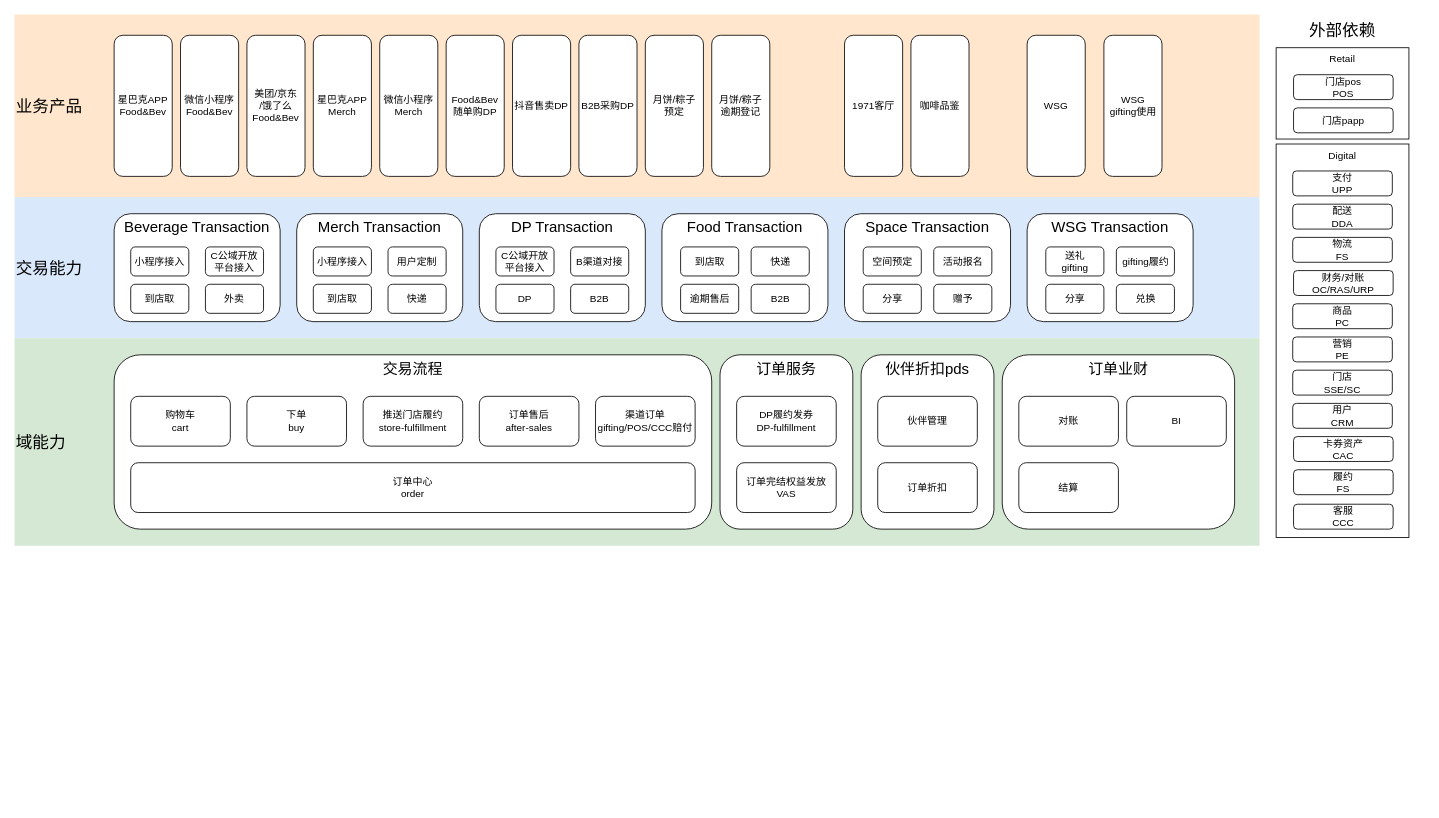
Earlier version of the draw.io diagram page "目标技术架构" (2 of 5) of OMS2.0业务架构.drawio (alexzhang2015/PC2.0). Source tidied: cells renumbered, new cells numbered last; positions are measured from the earlier drawing's top-left corner, leaving out a move shared by most shapes. Both pictures are drawn from the tidied source at 83%, with x=0, y=0 at pixel (14, 14).
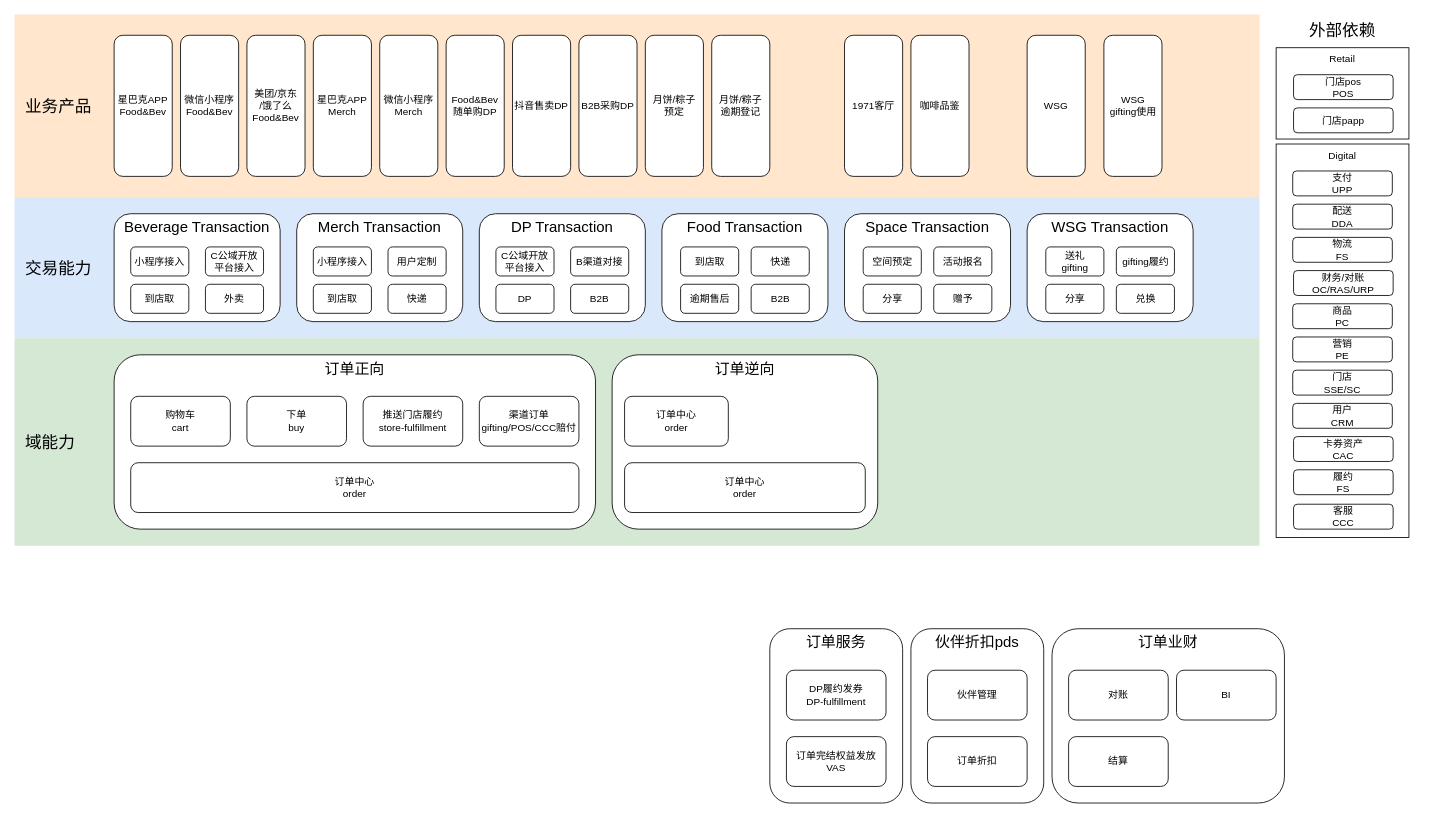
The same page after the edit.

What changed in the source:
```diff
@@
-    <mxCell id="4" value="业务产品" style="rounded=0;whiteSpace=wrap;html=1;align=left;strokeColor=none;fillColor=#ffe6cc;fontSize=20;" parent="1" vertex="1">
+    <mxCell id="4" value="&amp;nbsp; 业务产品" style="rounded=0;whiteSpace=wrap;html=1;align=left;strokeColor=none;fillColor=#ffe6cc;fontSize=20;" parent="1" vertex="1">
       <mxGeometry width="1500" height="220" as="geometry" />
     </mxCell>
-    <mxCell id="5" value="交易能力" style="rounded=0;whiteSpace=wrap;html=1;align=left;strokeColor=none;fillColor=#dae8fc;fontSize=20;" parent="1" vertex="1">
+    <mxCell id="5" value="&amp;nbsp; 交易能力" style="rounded=0;whiteSpace=wrap;html=1;align=left;strokeColor=none;fillColor=#dae8fc;fontSize=20;" parent="1" vertex="1">
       <mxGeometry y="220" width="1500" height="170" as="geometry" />
     </mxCell>
-    <mxCell id="6" value="域能力" style="rounded=0;whiteSpace=wrap;html=1;align=left;strokeColor=none;fillColor=#d5e8d4;fontSize=20;" parent="1" vertex="1">
+    <mxCell id="6" value="&amp;nbsp; 域能力" style="rounded=0;whiteSpace=wrap;html=1;align=left;strokeColor=none;fillColor=#d5e8d4;fontSize=20;" parent="1" vertex="1">
       <mxGeometry y="390" width="1500" height="250" as="geometry" />
     </mxCell>
-    <mxCell id="7" value="&lt;font style=&quot;font-size: 18px;&quot;&gt;交易流程&lt;/font&gt;" style="rounded=1;whiteSpace=wrap;html=1;verticalAlign=top;" parent="1" vertex="1">
-      <mxGeometry x="120" y="410" width="720" height="210" as="geometry" />
+    <mxCell id="7" value="&lt;span style=&quot;font-size: 18px;&quot;&gt;订单正向&lt;/span&gt;" style="rounded=1;whiteSpace=wrap;html=1;verticalAlign=top;" parent="1" vertex="1">
+      <mxGeometry x="120" y="410" width="580" height="210" as="geometry" />
     </mxCell>
@@
     <mxCell id="11" value="&lt;font style=&quot;font-size: 18px;&quot;&gt;订单服务&lt;/font&gt;" style="rounded=1;whiteSpace=wrap;html=1;verticalAlign=top;" parent="1" vertex="1">
-      <mxGeometry x="850" y="410" width="160" height="210" as="geometry" />
+      <mxGeometry x="910" y="740" width="160" height="210" as="geometry" />
     </mxCell>
-    <mxCell id="12" value="订单售后&lt;div&gt;after-sales&lt;/div&gt;" style="rounded=1;whiteSpace=wrap;html=1;" parent="1" vertex="1">
-      <mxGeometry x="560" y="460" width="120" height="60" as="geometry" />
+    <mxCell id="12" value="&lt;font style=&quot;font-size: 18px;&quot;&gt;订单逆向&lt;/font&gt;" style="rounded=1;whiteSpace=wrap;html=1;verticalAlign=top;" parent="1" vertex="1">
+      <mxGeometry x="720" y="410" width="320" height="210" as="geometry" />
     </mxCell>
     <mxCell id="13" value="订单中心&lt;div&gt;order&lt;/div&gt;" style="rounded=1;whiteSpace=wrap;html=1;" parent="1" vertex="1">
-      <mxGeometry x="140" y="540" width="680" height="60" as="geometry" />
+      <mxGeometry x="140" y="540" width="540" height="60" as="geometry" />
     </mxCell>
@@
     <mxCell id="15" value="&lt;div&gt;订单完结权益发放&lt;/div&gt;&lt;div&gt;VAS&lt;/div&gt;" style="rounded=1;whiteSpace=wrap;html=1;" parent="1" vertex="1">
-      <mxGeometry x="870" y="540" width="120" height="60" as="geometry" />
+      <mxGeometry x="930" y="870" width="120" height="60" as="geometry" />
     </mxCell>
     <mxCell id="16" value="DP履约发券&lt;div&gt;DP-fulfillment&lt;/div&gt;" style="rounded=1;whiteSpace=wrap;html=1;" parent="1" vertex="1">
-      <mxGeometry x="870" y="460" width="120" height="60" as="geometry" />
+      <mxGeometry x="930" y="790" width="120" height="60" as="geometry" />
     </mxCell>
@@
     <mxCell id="53" value="&lt;font style=&quot;font-size: 18px;&quot;&gt;伙伴折扣&lt;/font&gt;&lt;span style=&quot;font-size: 18px; background-color: initial;&quot;&gt;pds&lt;/span&gt;" style="rounded=1;whiteSpace=wrap;html=1;verticalAlign=top;" parent="1" vertex="1">
-      <mxGeometry x="1020" y="410" width="160" height="210" as="geometry" />
+      <mxGeometry x="1080" y="740" width="160" height="210" as="geometry" />
     </mxCell>
     <mxCell id="54" value="&lt;div&gt;订单折扣&lt;/div&gt;" style="rounded=1;whiteSpace=wrap;html=1;" parent="1" vertex="1">
-      <mxGeometry x="1040" y="540" width="120" height="60" as="geometry" />
+      <mxGeometry x="1100" y="870" width="120" height="60" as="geometry" />
     </mxCell>
     <mxCell id="55" value="伙伴管理" style="rounded=1;whiteSpace=wrap;html=1;" parent="1" vertex="1">
-      <mxGeometry x="1040" y="460" width="120" height="60" as="geometry" />
+      <mxGeometry x="1100" y="790" width="120" height="60" as="geometry" />
     </mxCell>
@@
     <mxCell id="60" value="&lt;span style=&quot;font-size: 18px;&quot;&gt;订单业财&lt;/span&gt;" style="rounded=1;whiteSpace=wrap;html=1;verticalAlign=top;" parent="1" vertex="1">
-      <mxGeometry x="1190" y="410" width="280" height="210" as="geometry" />
+      <mxGeometry x="1250" y="740" width="280" height="210" as="geometry" />
     </mxCell>
     <mxCell id="61" value="&lt;div&gt;结算&lt;/div&gt;" style="rounded=1;whiteSpace=wrap;html=1;" parent="1" vertex="1">
-      <mxGeometry x="1210" y="540" width="120" height="60" as="geometry" />
+      <mxGeometry x="1270" y="870" width="120" height="60" as="geometry" />
     </mxCell>
     <mxCell id="62" value="对账" style="rounded=1;whiteSpace=wrap;html=1;" parent="1" vertex="1">
-      <mxGeometry x="1210" y="460" width="120" height="60" as="geometry" />
+      <mxGeometry x="1270" y="790" width="120" height="60" as="geometry" />
     </mxCell>
@@
     <mxCell id="80" value="渠道订单&lt;div&gt;gifting/POS/CCC赔付&lt;/div&gt;" style="rounded=1;whiteSpace=wrap;html=1;" parent="1" vertex="1">
-      <mxGeometry x="700" y="460" width="120" height="60" as="geometry" />
+      <mxGeometry x="560" y="460" width="120" height="60" as="geometry" />
     </mxCell>
     <mxCell id="81" value="BI" style="rounded=1;whiteSpace=wrap;html=1;" parent="1" vertex="1">
-      <mxGeometry x="1340" y="460" width="120" height="60" as="geometry" />
+      <mxGeometry x="1400" y="790" width="120" height="60" as="geometry" />
     </mxCell>
+    <mxCell id="82" value="订单中心&lt;div&gt;order&lt;/div&gt;" style="rounded=1;whiteSpace=wrap;html=1;" parent="1" vertex="1">
+      <mxGeometry x="735" y="540" width="290" height="60" as="geometry" />
+    </mxCell>
+    <mxCell id="83" value="订单中心&lt;div&gt;order&lt;/div&gt;" style="rounded=1;whiteSpace=wrap;html=1;" parent="1" vertex="1">
+      <mxGeometry x="735" y="460" width="125" height="60" as="geometry" />
+    </mxCell>
```
